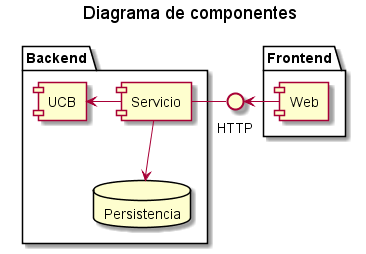
cccg8105/UCB-service keeps this PlantUML diagram as imgs/Diagrama_componentes.png. Above is the earlier version. The source it was exported from:
```plantuml
@startuml
title Diagrama de componentes

interface "HTTP" as http


package "Backend" {
    database Persistencia
    [Servicio] - http
    [Servicio] -down-> Persistencia
    [Servicio] -left-> [UCB]

}

package "Frontend" {
    [Web] -> http
}

@enduml
```
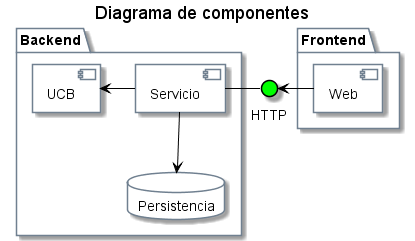
The same file after the commit.

Change to the diagram source:
```diff
@@ -1,4 +1,5 @@
 @startuml
+!include styles.puml
 title Diagrama de componentes
 
 interface "HTTP" as http
```
